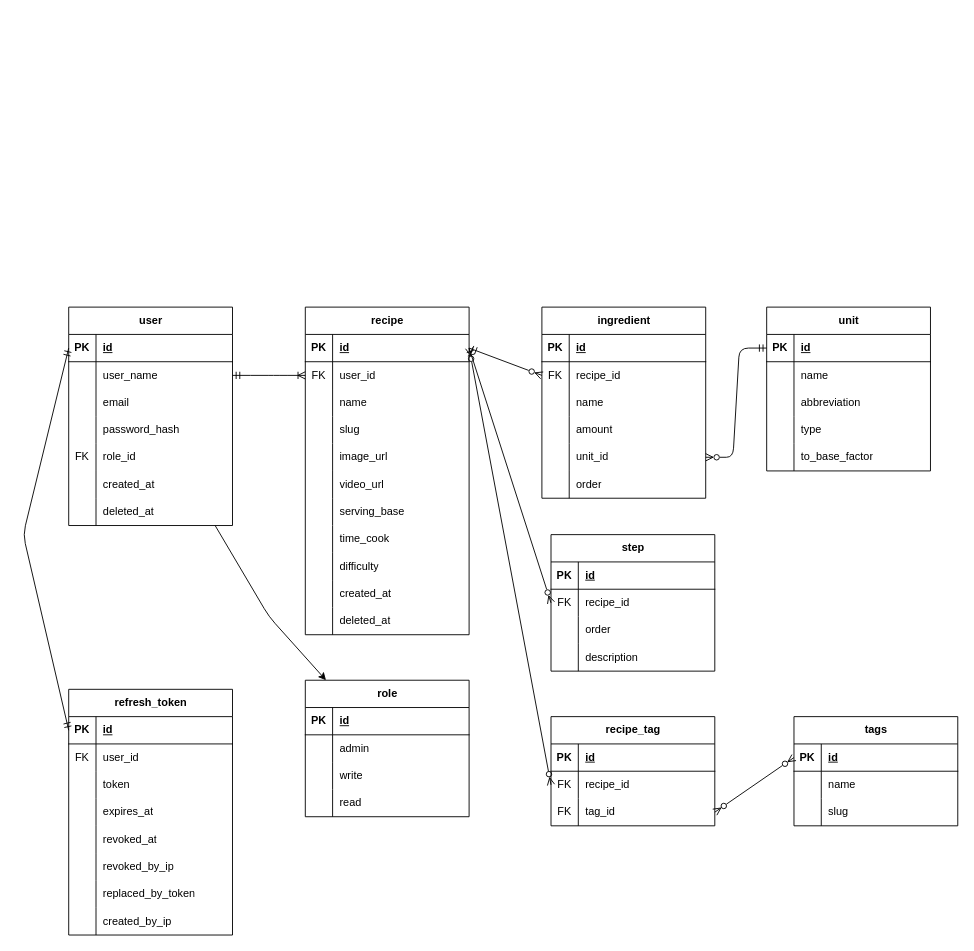
Above: laCullera.drawio in Caronte92/la-cullera-backend (draw.io), before the change. Source tidied: cells renumbered, new cells numbered last; positions are measured from the earlier drawing's top-left corner, leaving out a move shared by most shapes. Both pictures are drawn from the tidied source at 91%, with x=0, y=0 at pixel (23, 307).
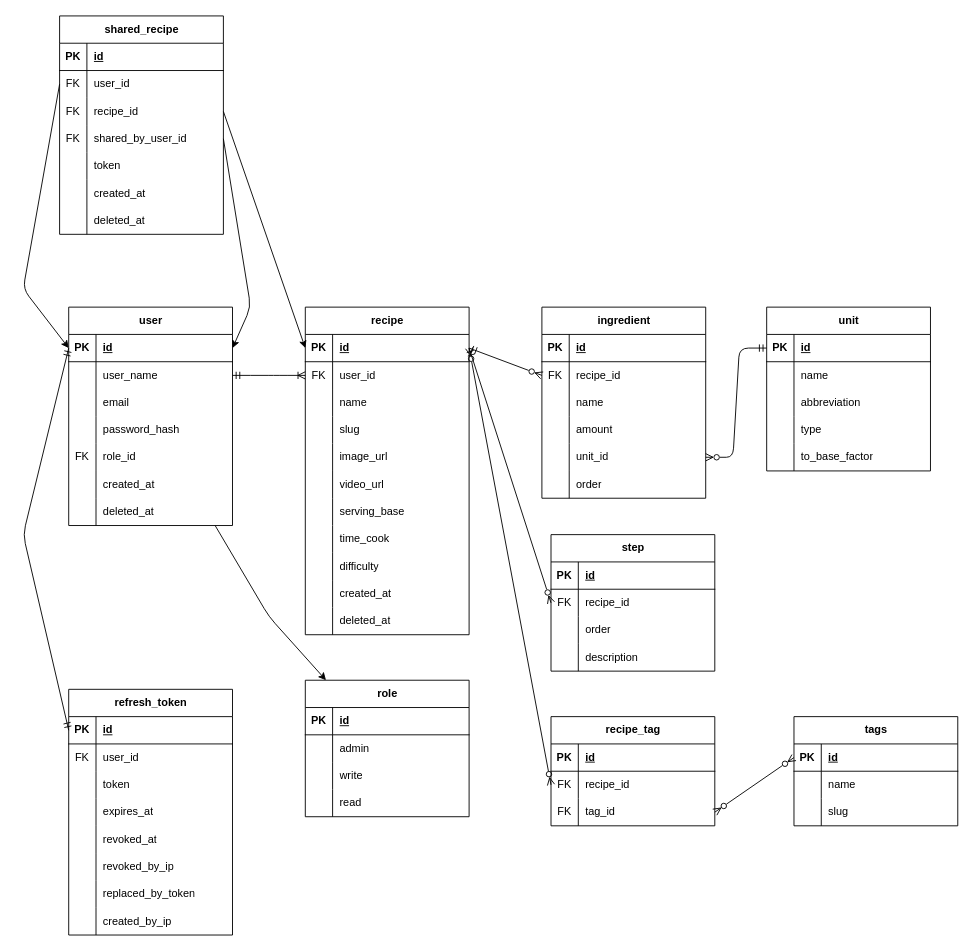
The same diagram, later.

Unchanged cells that the change refers to:
```xml
<mxCell id="4" style="shape=tableRow;horizontal=0;startSize=0;swimlaneHead=0;swimlaneBody=0;fillColor=none;points=[[0,0.5],[1,0.5]];portConstraint=eastwest;top=0;left=0;right=0;bottom=1;" parent="3" vertex="1">
  <mxGeometry y="30" width="180" height="30" as="geometry" />
</mxCell>
<mxCell id="39" style="shape=tableRow;horizontal=0;startSize=0;swimlaneHead=0;swimlaneBody=0;fillColor=none;points=[[0,0.5],[1,0.5]];portConstraint=eastwest;top=0;left=0;right=0;bottom=1;" parent="38" vertex="1">
  <mxGeometry y="30" width="180" height="30" as="geometry" />
</mxCell>
```

Change to the diagram source:
```diff
@@
+    <mxCell id="172" value="shared_recipe" style="shape=table;startSize=30;childLayout=tableLayout;rowLines=0;fontStyle=1;align=center;html=1;" parent="1" vertex="1">
+      <mxGeometry x="40" y="-320" width="180" height="240" as="geometry" />
+    </mxCell>
+    <mxCell id="173" style="shape=tableRow;horizontal=0;startSize=0;swimlaneHead=0;swimlaneBody=0;fillColor=none;top=0;left=0;right=0;bottom=1;" parent="172" vertex="1">
+      <mxGeometry y="30" width="180" height="30" as="geometry" />
+    </mxCell>
+    <mxCell id="174" value="PK" style="shape=partialRectangle;fillColor=none;top=0;left=0;bottom=0;right=0;fontStyle=1;overflow=hidden;whiteSpace=wrap;html=1;" parent="173" vertex="1">
+      <mxGeometry width="30" height="30" as="geometry" />
+    </mxCell>
+    <mxCell id="175" value="id" style="shape=partialRectangle;fillColor=none;top=0;left=0;bottom=0;right=0;align=left;spacingLeft=6;fontStyle=5;overflow=hidden;whiteSpace=wrap;html=1;" parent="173" vertex="1">
+      <mxGeometry x="30" width="150" height="30" as="geometry" />
+    </mxCell>
+    <mxCell id="176" style="shape=tableRow;horizontal=0;startSize=0;swimlaneHead=0;swimlaneBody=0;fillColor=none;points=[[0,0.5],[1,0.5]];portConstraint=eastwest;top=0;left=0;right=0;bottom=0;" parent="172" vertex="1">
+      <mxGeometry y="60" width="180" height="30" as="geometry" />
+    </mxCell>
+    <mxCell id="177" value="FK" style="shape=partialRectangle;fillColor=none;top=0;left=0;bottom=0;right=0;overflow=hidden;whiteSpace=wrap;html=1;" parent="176" vertex="1">
+      <mxGeometry width="30" height="30" as="geometry" />
+    </mxCell>
+    <mxCell id="178" value="user_id" style="shape=partialRectangle;fillColor=none;top=0;left=0;bottom=0;right=0;align=left;spacingLeft=6;overflow=hidden;whiteSpace=wrap;html=1;" parent="176" vertex="1">
+      <mxGeometry x="30" width="150" height="30" as="geometry" />
+    </mxCell>
+    <mxCell id="179" style="shape=tableRow;horizontal=0;startSize=0;swimlaneHead=0;swimlaneBody=0;fillColor=none;points=[[0,0.5],[1,0.5]];portConstraint=eastwest;top=0;left=0;right=0;bottom=0;" parent="172" vertex="1">
+      <mxGeometry y="90" width="180" height="30" as="geometry" />
+    </mxCell>
+    <mxCell id="180" value="FK" style="shape=partialRectangle;fillColor=none;top=0;left=0;bottom=0;right=0;overflow=hidden;whiteSpace=wrap;html=1;" parent="179" vertex="1">
+      <mxGeometry width="30" height="30" as="geometry" />
+    </mxCell>
+    <mxCell id="181" value="recipe_id" style="shape=partialRectangle;fillColor=none;top=0;left=0;bottom=0;right=0;align=left;spacingLeft=6;overflow=hidden;whiteSpace=wrap;html=1;" parent="179" vertex="1">
+      <mxGeometry x="30" width="150" height="30" as="geometry" />
+    </mxCell>
+    <mxCell id="182" style="shape=tableRow;horizontal=0;startSize=0;swimlaneHead=0;swimlaneBody=0;fillColor=none;points=[[0,0.5],[1,0.5]];portConstraint=eastwest;top=0;left=0;right=0;bottom=0;" parent="172" vertex="1">
+      <mxGeometry y="120" width="180" height="30" as="geometry" />
+    </mxCell>
+    <mxCell id="183" value="FK" style="shape=partialRectangle;fillColor=none;top=0;left=0;bottom=0;right=0;overflow=hidden;whiteSpace=wrap;html=1;" parent="182" vertex="1">
+      <mxGeometry width="30" height="30" as="geometry" />
+    </mxCell>
+    <mxCell id="184" value="shared_by_user_id" style="shape=partialRectangle;fillColor=none;top=0;left=0;bottom=0;right=0;align=left;spacingLeft=6;overflow=hidden;whiteSpace=wrap;html=1;" parent="182" vertex="1">
+      <mxGeometry x="30" width="150" height="30" as="geometry" />
+    </mxCell>
+    <mxCell id="185" style="shape=tableRow;horizontal=0;startSize=0;swimlaneHead=0;swimlaneBody=0;fillColor=none;top=0;left=0;right=0;bottom=0;" parent="172" vertex="1">
+      <mxGeometry y="150" width="180" height="30" as="geometry" />
+    </mxCell>
+    <mxCell id="186" style="shape=partialRectangle;fillColor=none;top=0;left=0;bottom=0;right=0;overflow=hidden;whiteSpace=wrap;html=1;" parent="185" vertex="1">
+      <mxGeometry width="30" height="30" as="geometry" />
+    </mxCell>
+    <mxCell id="187" value="token" style="shape=partialRectangle;fillColor=none;top=0;left=0;bottom=0;right=0;align=left;spacingLeft=6;overflow=hidden;whiteSpace=wrap;html=1;" parent="185" vertex="1">
+      <mxGeometry x="30" width="150" height="30" as="geometry" />
+    </mxCell>
+    <mxCell id="188" style="shape=tableRow;horizontal=0;startSize=0;swimlaneHead=0;swimlaneBody=0;fillColor=none;top=0;left=0;right=0;bottom=0;" parent="172" vertex="1">
+      <mxGeometry y="180" width="180" height="30" as="geometry" />
+    </mxCell>
+    <mxCell id="189" style="shape=partialRectangle;fillColor=none;top=0;left=0;bottom=0;right=0;overflow=hidden;whiteSpace=wrap;html=1;" parent="188" vertex="1">
+      <mxGeometry width="30" height="30" as="geometry" />
+    </mxCell>
+    <mxCell id="190" value="created_at" style="shape=partialRectangle;fillColor=none;top=0;left=0;bottom=0;right=0;align=left;spacingLeft=6;overflow=hidden;whiteSpace=wrap;html=1;" parent="188" vertex="1">
+      <mxGeometry x="30" width="150" height="30" as="geometry" />
+    </mxCell>
+    <mxCell id="191" style="shape=tableRow;horizontal=0;startSize=0;swimlaneHead=0;swimlaneBody=0;fillColor=none;top=0;left=0;right=0;bottom=0;" parent="172" vertex="1">
+      <mxGeometry y="210" width="180" height="30" as="geometry" />
+    </mxCell>
+    <mxCell id="192" style="shape=partialRectangle;fillColor=none;top=0;left=0;bottom=0;right=0;overflow=hidden;whiteSpace=wrap;html=1;" parent="191" vertex="1">
+      <mxGeometry width="30" height="30" as="geometry" />
+    </mxCell>
+    <mxCell id="193" value="deleted_at" style="shape=partialRectangle;fillColor=none;top=0;left=0;bottom=0;right=0;align=left;spacingLeft=6;overflow=hidden;whiteSpace=wrap;html=1;" parent="191" vertex="1">
+      <mxGeometry x="30" width="150" height="30" as="geometry" />
+    </mxCell>
+    <mxCell id="194" style="edgeStyle=none;html=1;exitX=1;exitY=0.5;exitDx=0;exitDy=0;entryX=0;entryY=0.5;entryDx=0;entryDy=0;" parent="1" edge="1" source="179" target="39">
+      <mxGeometry relative="1" as="geometry" />
+    </mxCell>
+    <mxCell id="195" style="edgeStyle=none;html=1;exitX=0;exitY=0.5;exitDx=0;exitDy=0;entryX=0;entryY=0.5;entryDx=0;entryDy=0;" parent="1" edge="1" source="176" target="4">
+      <mxGeometry relative="1" as="geometry">
+        <Array as="points">
+          <mxPoint y="-20" />
+        </Array>
+      </mxGeometry>
+    </mxCell>
+    <mxCell id="196" style="edgeStyle=none;html=1;exitX=1;exitY=0.5;exitDx=0;exitDy=0;entryX=1;entryY=0.5;entryDx=0;entryDy=0;" parent="1" edge="1" source="182" target="4">
+      <mxGeometry relative="1" as="geometry">
+        <Array as="points">
+          <mxPoint x="250" />
+        </Array>
+      </mxGeometry>
+    </mxCell>
```
